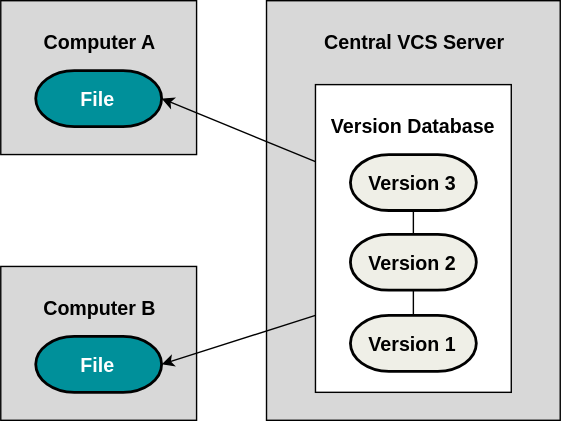
The draw.io diagram centralized_version_control.svg in Galahad-moye/diagrams, before a commit. Source tidied: cells renumbered, new cells last; positions are measured from the earlier drawing's top-left corner, leaving out a move shared by most shapes.
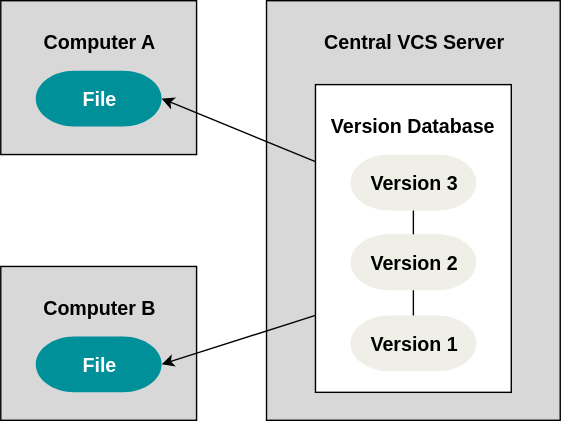
The same diagram one commit later.

What changed in the source:
```diff
@@ -5,15 +5,15 @@
     <mxCell id="2" value="&lt;h3&gt;Computer A&lt;/h3&gt;" style="rounded=0;whiteSpace=wrap;html=1;fillColor=#d8d8d8;align=center;verticalAlign=top;" parent="1" vertex="1">
       <mxGeometry width="140" height="110" as="geometry" />
     </mxCell>
-    <mxCell id="3" value="&lt;h3&gt;&lt;font color=&quot;#ffffff&quot;&gt;File&lt;/font&gt;&lt;/h3&gt;" style="strokeWidth=2;html=1;shape=mxgraph.flowchart.terminator;whiteSpace=wrap;fillColor=#00909A;align=center;" parent="1" vertex="1">
-      <mxGeometry x="25" y="50" width="90" height="40" as="geometry" />
-    </mxCell>
+    <mxCell id="15" value="&lt;h3&gt;&lt;font color=&quot;#ffffff&quot;&gt;File&lt;/font&gt;&lt;/h3&gt;" style="strokeWidth=2;html=1;shape=mxgraph.flowchart.terminator;whiteSpace=wrap;fillColor=#00909A;align=center;strokeColor=none;" parent="1" vertex="1">
+      <mxGeometry x="25" y="50" width="90" height="40" as="geometry" />
+    </mxCell>
     <mxCell id="4" value="&lt;h3&gt;Computer B&lt;/h3&gt;" style="rounded=0;whiteSpace=wrap;html=1;fillColor=#d8d8d8;align=center;verticalAlign=top;" parent="1" vertex="1">
       <mxGeometry y="190" width="140" height="110" as="geometry" />
     </mxCell>
-    <mxCell id="5" value="&lt;h3&gt;&lt;font color=&quot;#ffffff&quot;&gt;File&lt;/font&gt;&lt;/h3&gt;" style="strokeWidth=2;html=1;shape=mxgraph.flowchart.terminator;whiteSpace=wrap;fillColor=#00909A;align=center;" parent="1" vertex="1">
-      <mxGeometry x="25" y="240" width="90" height="40" as="geometry" />
-    </mxCell>
+    <mxCell id="16" value="&lt;h3&gt;&lt;font color=&quot;#ffffff&quot;&gt;File&lt;/font&gt;&lt;/h3&gt;" style="strokeWidth=2;html=1;shape=mxgraph.flowchart.terminator;whiteSpace=wrap;fillColor=#00909A;align=center;strokeColor=none;" parent="1" vertex="1">
+      <mxGeometry x="25" y="240" width="90" height="40" as="geometry" />
+    </mxCell>
     <mxCell id="6" value="&lt;h3&gt;Central VCS Server&lt;/h3&gt;" style="rounded=0;whiteSpace=wrap;html=1;fillColor=#D8D8D8;align=center;verticalAlign=top;" parent="1" vertex="1">
       <mxGeometry x="190" width="210" height="300" as="geometry" />
     </mxCell>
@@ -23,23 +23,23 @@
     <mxCell id="8" style="edgeStyle=orthogonalEdgeStyle;rounded=0;html=1;endArrow=none;endFill=0;jettySize=auto;" parent="1" edge="1" source="9" target="11">
       <mxGeometry relative="1" as="geometry" />
     </mxCell>
-    <mxCell id="9" value="&lt;h3&gt;Version 3&lt;/h3&gt;" style="strokeWidth=2;html=1;shape=mxgraph.flowchart.terminator;whiteSpace=wrap;fillColor=#efefe7;align=center;" parent="1" vertex="1">
+    <mxCell id="9" value="&lt;h3&gt;Version 3&lt;/h3&gt;" style="strokeWidth=2;html=1;shape=mxgraph.flowchart.terminator;whiteSpace=wrap;fillColor=#efefe7;align=center;strokeColor=none;" parent="1" vertex="1">
       <mxGeometry x="250" y="110" width="90" height="40" as="geometry" />
     </mxCell>
     <mxCell id="10" style="edgeStyle=orthogonalEdgeStyle;rounded=0;html=1;endArrow=none;endFill=0;jettySize=auto;" parent="1" edge="1" source="11" target="12">
       <mxGeometry relative="1" as="geometry" />
     </mxCell>
-    <mxCell id="11" value="&lt;h3&gt;Version 2&lt;/h3&gt;" style="strokeWidth=2;html=1;shape=mxgraph.flowchart.terminator;whiteSpace=wrap;fillColor=#efefe7;align=center;" parent="1" vertex="1">
+    <mxCell id="11" value="&lt;h3&gt;Version 2&lt;/h3&gt;" style="strokeWidth=2;html=1;shape=mxgraph.flowchart.terminator;whiteSpace=wrap;fillColor=#efefe7;align=center;strokeColor=none;" parent="1" vertex="1">
       <mxGeometry x="250" y="167" width="90" height="40" as="geometry" />
     </mxCell>
-    <mxCell id="12" value="&lt;h3&gt;Version 1&lt;/h3&gt;" style="strokeWidth=2;html=1;shape=mxgraph.flowchart.terminator;whiteSpace=wrap;fillColor=#efefe7;align=center;" parent="1" vertex="1">
+    <mxCell id="12" value="&lt;h3&gt;Version 1&lt;/h3&gt;" style="strokeWidth=2;html=1;shape=mxgraph.flowchart.terminator;whiteSpace=wrap;fillColor=#efefe7;align=center;strokeColor=none;" parent="1" vertex="1">
       <mxGeometry x="250" y="225" width="90" height="40" as="geometry" />
     </mxCell>
-    <mxCell id="13" style="endArrow=classic;html=1;entryX=1;entryY=0.5;entryPerimeter=0;exitX=0;exitY=0.25;" parent="1" edge="1" source="7" target="3">
-      <mxGeometry relative="1" as="geometry" />
-    </mxCell>
-    <mxCell id="14" style="endArrow=classic;html=1;entryX=1;entryY=0.5;entryPerimeter=0;exitX=0;exitY=0.75;" parent="1" edge="1" source="7" target="5">
-      <mxGeometry relative="1" as="geometry" />
-    </mxCell>
+    <mxCell id="17" style="endArrow=classic;html=1;entryX=1;entryY=0.5;entryPerimeter=0;exitX=0;exitY=0.25;" parent="1" edge="1" source="7" target="15">
+      <mxGeometry relative="1" as="geometry" />
+    </mxCell>
+    <mxCell id="18" style="endArrow=classic;html=1;entryX=1;entryY=0.5;entryPerimeter=0;exitX=0;exitY=0.75;" parent="1" edge="1" source="7" target="16">
+      <mxGeometry relative="1" as="geometry" />
+    </mxCell>
   </root>
 </mxGraphModel>
```
